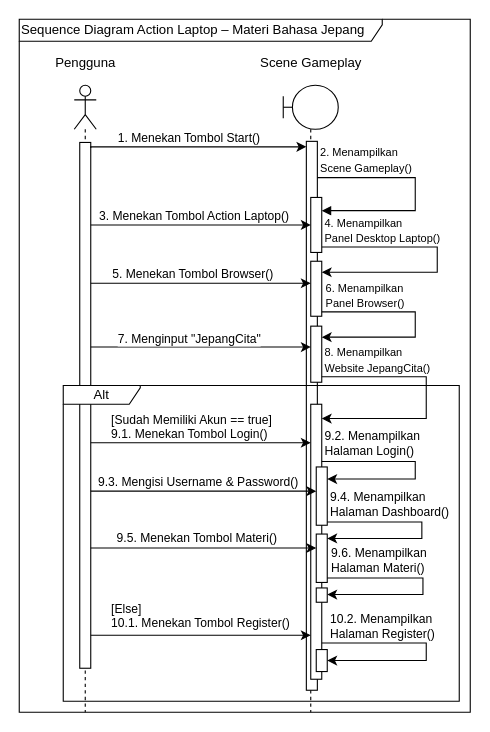
Above: skripsi/skripsi/gambar/BAB III/Sequence Diagram/Sequence Diagram Action Laptop – Materi Bahasa Jepang.drawio in hako-975/UNPAM-File (draw.io), before the change. Source tidied: cells renumbered, new cells numbered last; positions are measured from the earlier drawing's top-left corner, leaving out a move shared by most shapes. Both pictures are drawn from the tidied source at 110%, with x=0, y=0 at pixel (19, 19).
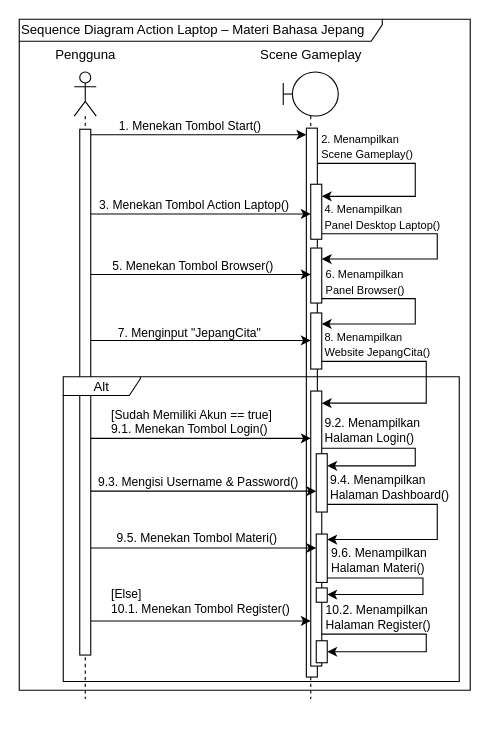
Above is the later version.

Unchanged cells that the change refers to:
```xml
<mxCell id="3" style="html=1;points=[[0,0,0,0,5],[0,1,0,0,-5],[1,0,0,0,5],[1,1,0,0,-5]];perimeter=orthogonalPerimeter;outlineConnect=0;targetShapes=umlLifeline;portConstraint=eastwest;newEdgeStyle={&quot;curved&quot;:0,&quot;rounded&quot;:0};" parent="2" vertex="1">
  <mxGeometry x="5" y="52" width="10" height="478" as="geometry" />
</mxCell>
<mxCell id="7" style="html=1;points=[[0,0,0,0,5],[0,1,0,0,-5],[1,0,0,0,5],[1,1,0,0,-5]];perimeter=orthogonalPerimeter;outlineConnect=0;targetShapes=umlLifeline;portConstraint=eastwest;newEdgeStyle={&quot;curved&quot;:0,&quot;rounded&quot;:0};" parent="6" vertex="1">
  <mxGeometry x="21" y="51" width="10" height="499" as="geometry" />
</mxCell>
<mxCell id="10" style="html=1;points=[[0,0,0,0,5],[0,1,0,0,-5],[1,0,0,0,5],[1,1,0,0,-5]];perimeter=orthogonalPerimeter;outlineConnect=0;targetShapes=umlLifeline;portConstraint=eastwest;newEdgeStyle={&quot;curved&quot;:0,&quot;rounded&quot;:0};" parent="6" vertex="1">
  <mxGeometry x="25" y="102" width="10" height="50" as="geometry" />
</mxCell>
<mxCell id="11" style="html=1;points=[[0,0,0,0,5],[0,1,0,0,-5],[1,0,0,0,5],[1,1,0,0,-5]];perimeter=orthogonalPerimeter;outlineConnect=0;targetShapes=umlLifeline;portConstraint=eastwest;newEdgeStyle={&quot;curved&quot;:0,&quot;rounded&quot;:0};" parent="6" vertex="1">
  <mxGeometry x="25" y="160" width="10" height="50" as="geometry" />
</mxCell>
<mxCell id="12" style="html=1;points=[[0,0,0,0,5],[0,1,0,0,-5],[1,0,0,0,5],[1,1,0,0,-5]];perimeter=orthogonalPerimeter;outlineConnect=0;targetShapes=umlLifeline;portConstraint=eastwest;newEdgeStyle={&quot;curved&quot;:0,&quot;rounded&quot;:0};" parent="6" vertex="1">
  <mxGeometry x="25" y="219" width="10" height="51" as="geometry" />
</mxCell>
<mxCell id="15" style="html=1;points=[[0,0,0,0,5],[0,1,0,0,-5],[1,0,0,0,5],[1,1,0,0,-5]];perimeter=orthogonalPerimeter;outlineConnect=0;targetShapes=umlLifeline;portConstraint=eastwest;newEdgeStyle={&quot;curved&quot;:0,&quot;rounded&quot;:0};" parent="6" vertex="1">
  <mxGeometry x="25" y="290" width="10" height="250" as="geometry" />
</mxCell>
```

The edit, as a diff of the source:
```diff
@@
     <mxCell id="2" value="&lt;div&gt;&lt;/div&gt;" style="shape=umlLifeline;perimeter=lifelinePerimeter;whiteSpace=wrap;html=1;newEdgeStyle={&quot;curved&quot;:0,&quot;rounded&quot;:0};participant=umlActor;size=40;" parent="1" vertex="1">
-      <mxGeometry x="50" y="60" width="20" height="570" as="geometry" />
+      <mxGeometry x="50" y="48" width="20" height="570" as="geometry" />
     </mxCell>
@@
     <mxCell id="4" value="&lt;div&gt;Pengguna&lt;/div&gt;" style="text;html=1;align=center;verticalAlign=middle;strokeColor=none;fillColor=none;" parent="1" vertex="1">
-      <mxGeometry x="20" y="25" width="80" height="30" as="geometry" />
+      <mxGeometry x="20" y="18" width="80" height="30" as="geometry" />
     </mxCell>
     <mxCell id="5" value="Sequence Diagram Action Laptop – Materi Bahasa Jepang" style="shape=umlFrame;whiteSpace=wrap;html=1;width=330;height=20;align=left;" parent="1" vertex="1">
-      <mxGeometry width="410" height="630" as="geometry" />
+      <mxGeometry width="410" height="610" as="geometry" />
     </mxCell>
     <mxCell id="6" style="shape=umlLifeline;perimeter=lifelinePerimeter;whiteSpace=wrap;html=1;newEdgeStyle={&quot;curved&quot;:0,&quot;rounded&quot;:0};participant=umlBoundary;" parent="1" vertex="1">
-      <mxGeometry x="240" y="60" width="50" height="570" as="geometry" />
+      <mxGeometry x="240" y="48" width="50" height="570" as="geometry" />
     </mxCell>
@@
-    <mxCell id="8" style="html=1;align=left;spacingLeft=2;endArrow=block;rounded=0;edgeStyle=orthogonalEdgeStyle;curved=0;rounded=0;" parent="6" edge="1" source="7" target="10">
+    <mxCell id="8" style="html=1;align=left;spacingLeft=2;endArrow=classic;rounded=0;edgeStyle=orthogonalEdgeStyle;curved=0;rounded=0;endFill=1;" parent="6" edge="1">
       <mxGeometry x="-1" y="22" relative="1" as="geometry">
+        <mxPoint x="31" y="83" as="sourcePoint" />
+        <mxPoint x="35" y="113" as="targetPoint" />
         <Array as="points">
-          <mxPoint x="120" y="84" />
-          <mxPoint x="120" y="114" />
+          <mxPoint x="120" y="83" />
+          <mxPoint x="120" y="113" />
         </Array>
       </mxGeometry>
     </mxCell>
@@
-    <mxCell id="16" style="edgeStyle=orthogonalEdgeStyle;rounded=0;jettySize=auto;html=1;curved=0;exitX=1;exitY=1;exitDx=0;exitDy=-5;exitPerimeter=0;" parent="6" edge="1" source="12" target="15">
+    <mxCell id="16" style="edgeStyle=orthogonalEdgeStyle;rounded=0;orthogonalLoop=1;jettySize=auto;html=1;curved=0;exitX=1;exitY=1;exitDx=0;exitDy=-5;exitPerimeter=0;" parent="6" edge="1">
       <mxGeometry relative="1" as="geometry">
+        <mxPoint x="35" y="263" as="sourcePoint" />
+        <mxPoint x="35" y="301" as="targetPoint" />
         <Array as="points">
-          <mxPoint x="130" y="265" />
-          <mxPoint x="130" y="303" />
+          <mxPoint x="130" y="263" />
+          <mxPoint x="130" y="301" />
         </Array>
       </mxGeometry>
     </mxCell>
     <mxCell id="17" value="&lt;span style=&quot;font-size: 10px;&quot;&gt;8. Menampilkan&amp;nbsp;&lt;/span&gt;&lt;div&gt;&lt;span style=&quot;font-size: 10px;&quot;&gt;Website JepangCita&lt;/span&gt;&lt;span style=&quot;font-size: 10px;&quot;&gt;()&lt;/span&gt;&lt;/div&gt;" style="edgeLabel;html=1;align=left;verticalAlign=middle;" parent="6" vertex="1">
-      <mxGeometry x="36" y="249" as="geometry" />
+      <mxGeometry x="36" y="247" as="geometry" />
     </mxCell>
@@
     <mxCell id="20" value="&lt;div&gt;Scene Gameplay&lt;/div&gt;" style="text;html=1;align=center;verticalAlign=middle;strokeColor=none;fillColor=none;" parent="1" vertex="1">
-      <mxGeometry x="205" y="25" width="120" height="30" as="geometry" />
+      <mxGeometry x="205" y="18" width="120" height="30" as="geometry" />
     </mxCell>
-    <mxCell id="21" style="edgeStyle=orthogonalEdgeStyle;rounded=0;jettySize=auto;html=1;curved=0;entryX=0;entryY=0;entryDx=0;entryDy=5;entryPerimeter=0;exitX=1;exitY=0;exitDx=0;exitDy=5;exitPerimeter=0;" parent="1" edge="1" source="3" target="7">
-      <mxGeometry relative="1" as="geometry">
-        <Array as="points">
-          <mxPoint x="65" y="116" />
-        </Array>
-      </mxGeometry>
+    <mxCell id="21" style="rounded=0;jettySize=auto;html=1;exitX=1;exitY=0;exitDx=0;exitDy=5;exitPerimeter=0;" parent="1" edge="1" source="3" target="7">
+      <mxGeometry relative="1" as="geometry" />
     </mxCell>
@@
     <mxCell id="23" value="&lt;span style=&quot;font-size: 10px;&quot;&gt;2. Menampilkan&amp;nbsp;&lt;/span&gt;&lt;div&gt;&lt;span style=&quot;font-size: 10px;&quot;&gt;Scene&amp;nbsp;&lt;/span&gt;&lt;span style=&quot;font-size: 10px;&quot;&gt;Gameplay()&lt;/span&gt;&lt;/div&gt;" style="edgeLabel;html=1;align=left;verticalAlign=middle;" parent="21" vertex="1">
       <mxGeometry x="-0.33" y="1" relative="1" as="geometry">
-        <mxPoint x="142" y="12" as="offset" />
+        <mxPoint x="142" y="11" as="offset" />
       </mxGeometry>
     </mxCell>
-    <mxCell id="24" style="edgeStyle=orthogonalEdgeStyle;rounded=0;jettySize=auto;html=1;curved=0;" parent="1" edge="1" source="3" target="10">
+    <mxCell id="24" style="edgeStyle=orthogonalEdgeStyle;rounded=0;orthogonalLoop=1;jettySize=auto;html=1;curved=0;" parent="1" edge="1">
       <mxGeometry relative="1" as="geometry">
+        <mxPoint x="65" y="177" as="sourcePoint" />
+        <mxPoint x="265" y="177" as="targetPoint" />
         <Array as="points">
-          <mxPoint x="110" y="187" />
-          <mxPoint x="110" y="187" />
+          <mxPoint x="110" y="177" />
+          <mxPoint x="110" y="177" />
         </Array>
       </mxGeometry>
     </mxCell>
     <mxCell id="25" value="3. Menekan Tombol Action Laptop()" style="edgeLabel;html=1;align=left;verticalAlign=middle;" parent="1" vertex="1">
-      <mxGeometry x="71" y="178" as="geometry" />
+      <mxGeometry x="71" y="168" as="geometry" />
     </mxCell>
     <mxCell id="26" value="&lt;span style=&quot;font-size: 10px;&quot;&gt;4. Menampilkan&amp;nbsp;&lt;/span&gt;&lt;div&gt;&lt;span style=&quot;font-size: 10px;&quot;&gt;Panel Desktop Laptop&lt;/span&gt;&lt;span style=&quot;font-size: 10px;&quot;&gt;()&lt;/span&gt;&lt;/div&gt;" style="edgeLabel;html=1;align=left;verticalAlign=middle;" parent="1" vertex="1">
-      <mxGeometry x="276" y="191" as="geometry" />
+      <mxGeometry x="276" y="179" as="geometry" />
     </mxCell>
-    <mxCell id="27" style="edgeStyle=orthogonalEdgeStyle;rounded=0;jettySize=auto;html=1;curved=0;" parent="1" edge="1" source="3" target="11">
+    <mxCell id="27" style="rounded=0;orthogonalLoop=1;jettySize=auto;html=1;" parent="1" edge="1">
       <mxGeometry relative="1" as="geometry">
-        <Array as="points">
-          <mxPoint x="120" y="240" />
-          <mxPoint x="120" y="240" />
-        </Array>
+        <mxPoint x="65" y="232" as="sourcePoint" />
+        <mxPoint x="265" y="232" as="targetPoint" />
       </mxGeometry>
     </mxCell>
     <mxCell id="28" value="5. Menekan Tombol Browser()" style="edgeLabel;html=1;align=left;verticalAlign=middle;" parent="1" vertex="1">
-      <mxGeometry x="83" y="231.7" as="geometry" />
+      <mxGeometry x="83" y="223.7" as="geometry" />
     </mxCell>
-    <mxCell id="29" style="edgeStyle=orthogonalEdgeStyle;rounded=0;jettySize=auto;html=1;curved=0;" parent="1" edge="1" source="3" target="12">
+    <mxCell id="29" style="edgeStyle=orthogonalEdgeStyle;rounded=0;orthogonalLoop=1;jettySize=auto;html=1;curved=0;" parent="1" edge="1">
       <mxGeometry relative="1" as="geometry">
+        <mxPoint x="65" y="292" as="sourcePoint" />
+        <mxPoint x="265" y="292" as="targetPoint" />
         <Array as="points">
-          <mxPoint x="170" y="298" />
-          <mxPoint x="170" y="298" />
+          <mxPoint x="170" y="292" />
+          <mxPoint x="170" y="292" />
         </Array>
       </mxGeometry>
     </mxCell>
     <mxCell id="30" value="7. Menginput &quot;JepangCita&quot;" style="edgeLabel;html=1;align=left;verticalAlign=middle;" parent="1" vertex="1">
-      <mxGeometry x="88" y="290" as="geometry" />
+      <mxGeometry x="88" y="284" as="geometry" />
     </mxCell>
     <mxCell id="31" value="Alt" style="shape=umlFrame;whiteSpace=wrap;html=1;width=70;height=17;" parent="1" vertex="1">
-      <mxGeometry x="40" y="333" width="360" height="287" as="geometry" />
+      <mxGeometry x="40" y="325" width="360" height="277" as="geometry" />
     </mxCell>
-    <mxCell id="32" style="edgeStyle=orthogonalEdgeStyle;rounded=0;jettySize=auto;html=1;curved=0;" parent="1" edge="1" source="3" target="15">
+    <mxCell id="32" style="edgeStyle=orthogonalEdgeStyle;rounded=0;orthogonalLoop=1;jettySize=auto;html=1;curved=0;" parent="1" edge="1">
       <mxGeometry relative="1" as="geometry">
+        <mxPoint x="65" y="381" as="sourcePoint" />
+        <mxPoint x="265" y="381" as="targetPoint" />
         <Array as="points">
-          <mxPoint x="120" y="385" />
-          <mxPoint x="120" y="385" />
+          <mxPoint x="120" y="381" />
+          <mxPoint x="120" y="381" />
         </Array>
       </mxGeometry>
     </mxCell>
     <mxCell id="33" value="9.1. Menekan Tombol Login()" style="edgeLabel;html=1;align=left;verticalAlign=middle;" parent="1" vertex="1">
-      <mxGeometry x="82" y="376" as="geometry" />
+      <mxGeometry x="82" y="372" as="geometry" />
     </mxCell>
     <mxCell id="34" value="[Sudah Memiliki Akun == true]" style="edgeLabel;html=1;align=left;verticalAlign=middle;" parent="1" vertex="1">
-      <mxGeometry x="82" y="363" as="geometry" />
+      <mxGeometry x="82" y="359" as="geometry" />
     </mxCell>
     <mxCell id="35" style="edgeStyle=orthogonalEdgeStyle;rounded=0;orthogonalLoop=1;jettySize=auto;html=1;curved=0;" parent="1" edge="1">
       <mxGeometry relative="1" as="geometry">
-        <mxPoint x="65" y="560" as="sourcePoint" />
-        <mxPoint x="265" y="560" as="targetPoint" />
+        <mxPoint x="65" y="547" as="sourcePoint" />
+        <mxPoint x="265" y="547" as="targetPoint" />
         <Array as="points">
-          <mxPoint x="210" y="560" />
-          <mxPoint x="210" y="560" />
+          <mxPoint x="210" y="547" />
+          <mxPoint x="210" y="547" />
         </Array>
       </mxGeometry>
     </mxCell>
     <mxCell id="36" value="10.1. Menekan Tombol Register()" style="edgeLabel;html=1;align=left;verticalAlign=middle;" parent="1" vertex="1">
-      <mxGeometry x="82" y="548" as="geometry" />
+      <mxGeometry x="82" y="535" as="geometry" />
     </mxCell>
     <mxCell id="37" value="[Else]" style="edgeLabel;html=1;align=left;verticalAlign=middle;" parent="1" vertex="1">
-      <mxGeometry x="82" y="535" as="geometry" />
+      <mxGeometry x="82" y="522" as="geometry" />
     </mxCell>
     <mxCell id="38" value="9.2. Menampilkan&amp;nbsp;&lt;div&gt;Halaman Login()&lt;/div&gt;" style="edgeLabel;html=1;align=left;verticalAlign=middle;" parent="1" vertex="1">
-      <mxGeometry x="276" y="385" as="geometry" />
+      <mxGeometry x="276" y="373" as="geometry" />
     </mxCell>
     <mxCell id="39" style="html=1;perimeter=orthogonalPerimeter;targetShapes=umlLifeline;newEdgeStyle={&quot;curved&quot;:0,&quot;rounded&quot;:0};" parent="1" vertex="1">
-      <mxGeometry x="270" y="573" width="10" height="20" as="geometry" />
+      <mxGeometry x="270" y="565" width="10" height="20" as="geometry" />
     </mxCell>
     <mxCell id="40" style="edgeStyle=orthogonalEdgeStyle;rounded=0;orthogonalLoop=1;jettySize=auto;html=1;curved=0;" parent="1" edge="1">
       <mxGeometry relative="1" as="geometry">
-        <mxPoint x="275" y="567" as="sourcePoint" />
-        <mxPoint x="280" y="583" as="targetPoint" />
+        <mxPoint x="275" y="559" as="sourcePoint" />
+        <mxPoint x="280" y="575" as="targetPoint" />
         <Array as="points">
-          <mxPoint x="370" y="567" />
-          <mxPoint x="370" y="583" />
+          <mxPoint x="370" y="559" />
+          <mxPoint x="370" y="575" />
         </Array>
       </mxGeometry>
     </mxCell>
     <mxCell id="41" value="10.2. Menampilkan&amp;nbsp;&lt;div&gt;Halaman Register()&lt;/div&gt;" style="edgeLabel;html=1;align=left;verticalAlign=middle;" parent="1" vertex="1">
-      <mxGeometry x="281" y="551.2" as="geometry" />
+      <mxGeometry x="277" y="543.2" as="geometry" />
     </mxCell>
@@
-    <mxCell id="45" style="edgeStyle=orthogonalEdgeStyle;rounded=0;orthogonalLoop=1;jettySize=auto;html=1;curved=0;exitX=1;exitY=1;exitDx=0;exitDy=-5;exitPerimeter=0;" parent="1" edge="1">
+    <mxCell id="45" style="edgeStyle=orthogonalEdgeStyle;rounded=0;orthogonalLoop=1;jettySize=auto;html=1;curved=0;" parent="1" edge="1">
       <mxGeometry relative="1" as="geometry">
-        <mxPoint x="280" y="457" as="sourcePoint" />
-        <mxPoint x="280" y="472" as="targetPoint" />
+        <mxPoint x="280" y="441" as="sourcePoint" />
+        <mxPoint x="280" y="473" as="targetPoint" />
         <Array as="points">
-          <mxPoint x="366" y="457" />
-          <mxPoint x="366" y="472" />
+          <mxPoint x="380" y="441" />
+          <mxPoint x="380" y="473" />
         </Array>
       </mxGeometry>
     </mxCell>
     <mxCell id="46" value="9.4. Menampilkan&amp;nbsp;&lt;div&gt;Halaman Dashboard()&lt;/div&gt;" style="edgeLabel;html=1;align=left;verticalAlign=middle;" parent="1" vertex="1">
-      <mxGeometry x="281" y="440" as="geometry" />
+      <mxGeometry x="281" y="425" as="geometry" />
     </mxCell>
```
